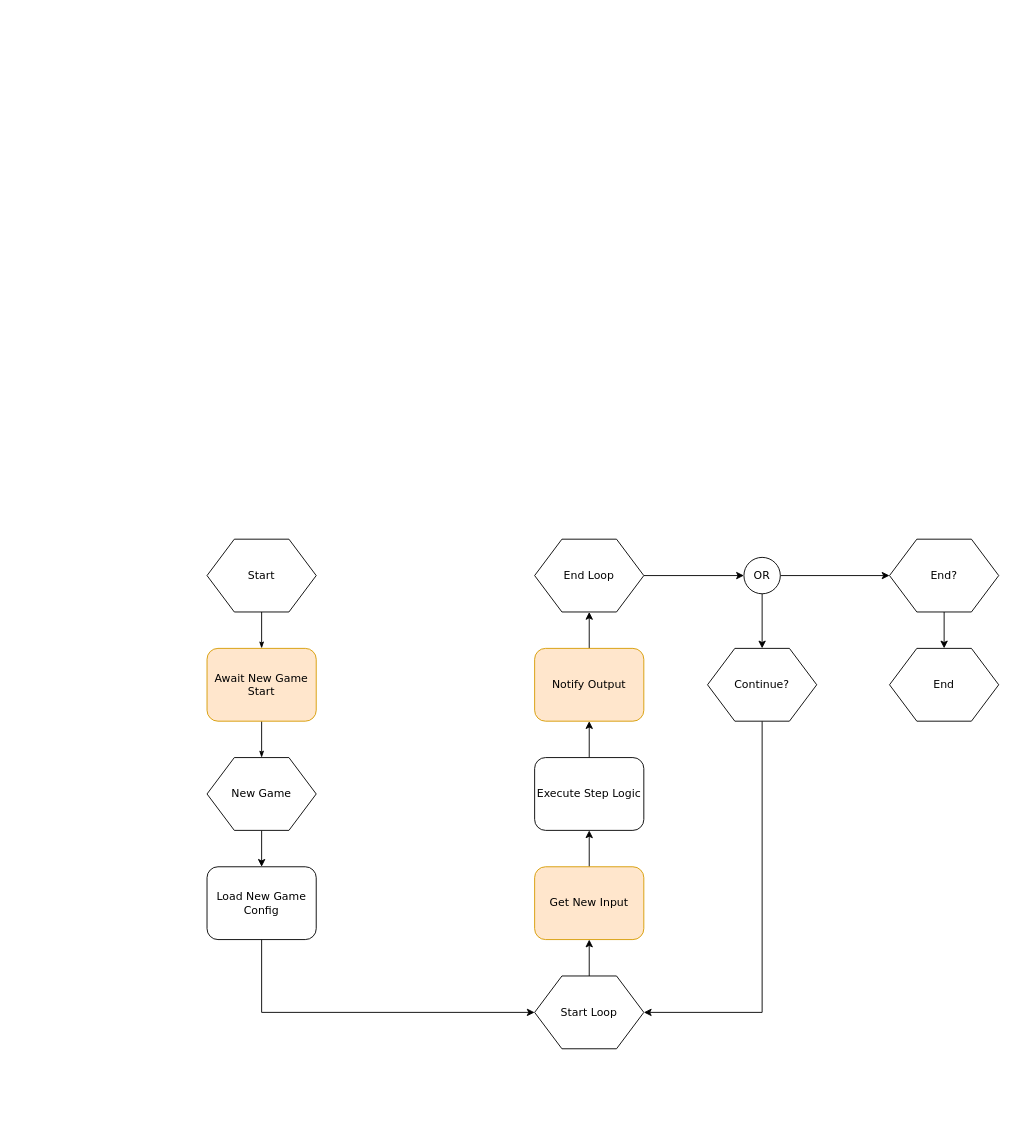
Above: Loops Runner Flow.drawio in urbanantics/loops-runner (draw.io), before the change. Source tidied: cells renumbered, new cells numbered last; positions are measured from the earlier drawing's top-left corner, leaving out a move shared by most shapes. Both pictures are drawn from the tidied source at 91%, with x=0, y=0 at pixel (207, 539). Pictures stored in the file or linked from it are replaced by grey dashed boxes.
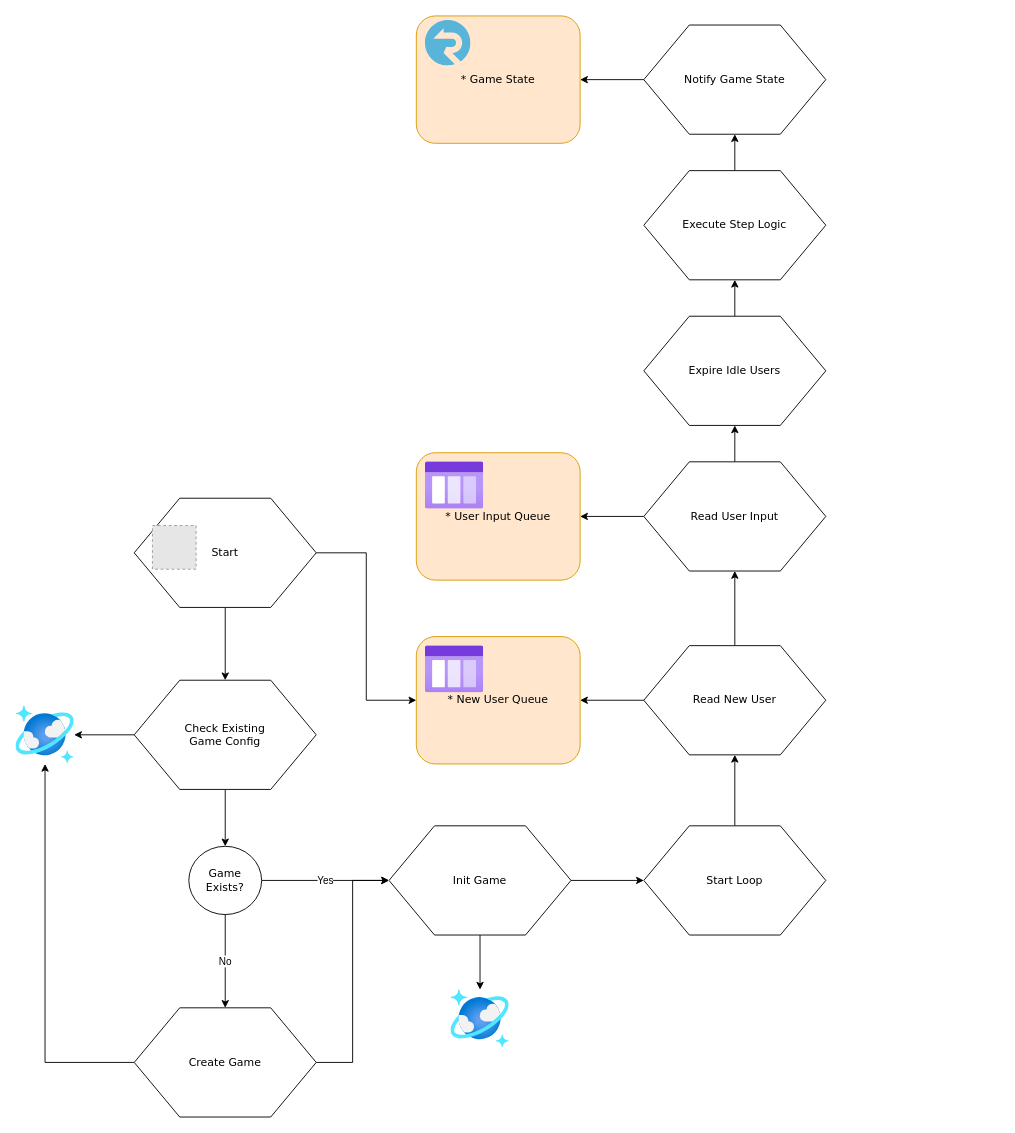
The same diagram, later.

Diff of the diagram source:
```diff
@@
-    <mxCell id="2" style="edgeStyle=orthogonalEdgeStyle;rounded=1;html=1;labelBackgroundColor=none;startArrow=none;startFill=0;startSize=5;endArrow=classicThin;endFill=1;endSize=5;jettySize=auto;strokeWidth=1;fontFamily=Verdana;fontSize=8;" parent="1" edge="1" source="3" target="5">
-      <mxGeometry relative="1" as="geometry" />
-    </mxCell>
+    <mxCell id="28" style="edgeStyle=orthogonalEdgeStyle;rounded=0;jettySize=auto;html=1;" parent="1" edge="1" source="3" target="7">
+      <mxGeometry relative="1" as="geometry" />
+    </mxCell>
+    <mxCell id="29" style="edgeStyle=orthogonalEdgeStyle;rounded=0;jettySize=auto;html=1;entryX=0;entryY=0.5;entryDx=0;entryDy=0;" parent="1" edge="1" source="3" target="54">
+      <mxGeometry relative="1" as="geometry" />
+    </mxCell>
     <mxCell id="3" value="Start" style="shape=hexagon;perimeter=hexagonPerimeter;whiteSpace=wrap;html=1;rounded=0;shadow=0;labelBackgroundColor=none;strokeWidth=1;fontFamily=Verdana;fontSize=12;align=center;" parent="1" vertex="1">
-      <mxGeometry width="120" height="80" as="geometry" />
+      <mxGeometry x="-80" y="-45" width="200" height="120" as="geometry" />
     </mxCell>
-    <mxCell id="4" style="edgeStyle=orthogonalEdgeStyle;rounded=1;html=1;labelBackgroundColor=none;startArrow=none;startFill=0;startSize=5;endArrow=classicThin;endFill=1;endSize=5;jettySize=auto;strokeWidth=1;fontFamily=Verdana;fontSize=8;entryX=0.5;entryY=0;entryDx=0;entryDy=0;" parent="1" edge="1" source="5" target="7">
-      <mxGeometry relative="1" as="geometry" />
-    </mxCell>
-    <mxCell id="5" value="Await New Game Start" style="rounded=1;whiteSpace=wrap;html=1;shadow=0;labelBackgroundColor=none;strokeWidth=1;fontFamily=Verdana;fontSize=12;align=center;fillColor=#ffe6cc;strokeColor=#d79b00;" parent="1" vertex="1">
-      <mxGeometry y="120" width="120" height="80" as="geometry" />
-    </mxCell>
-    <mxCell id="6" style="edgeStyle=orthogonalEdgeStyle;rounded=0;jettySize=auto;html=1;" parent="1" edge="1" source="7" target="12">
-      <mxGeometry relative="1" as="geometry" />
-    </mxCell>
+    <mxCell id="30" style="edgeStyle=orthogonalEdgeStyle;rounded=0;jettySize=auto;html=1;" parent="1" edge="1" source="7" target="36">
+      <mxGeometry relative="1" as="geometry" />
+    </mxCell>
+    <mxCell id="31" style="edgeStyle=orthogonalEdgeStyle;rounded=0;jettySize=auto;html=1;" parent="1" edge="1" source="7" target="33">
+      <mxGeometry relative="1" as="geometry" />
+    </mxCell>
-    <mxCell id="7" value="New Game" style="shape=hexagon;perimeter=hexagonPerimeter;whiteSpace=wrap;html=1;rounded=0;shadow=0;labelBackgroundColor=none;strokeWidth=1;fontFamily=Verdana;fontSize=12;align=center;" parent="1" vertex="1">
-      <mxGeometry y="240" width="120" height="80" as="geometry" />
+    <mxCell id="7" value="Check Existing &lt;br&gt;Game Config" style="shape=hexagon;perimeter=hexagonPerimeter;whiteSpace=wrap;html=1;rounded=0;shadow=0;labelBackgroundColor=none;strokeWidth=1;fontFamily=Verdana;fontSize=12;align=center;" parent="1" vertex="1">
+      <mxGeometry x="-80" y="155" width="200" height="120" as="geometry" />
     </mxCell>
-    <mxCell id="8" style="edgeStyle=orthogonalEdgeStyle;rounded=0;jettySize=auto;html=1;" parent="1" edge="1" source="10" target="24">
-      <mxGeometry relative="1" as="geometry" />
-    </mxCell>
-    <mxCell id="9" style="edgeStyle=orthogonalEdgeStyle;rounded=0;jettySize=auto;html=1;" parent="1" edge="1" source="10" target="26">
-      <mxGeometry relative="1" as="geometry" />
-    </mxCell>
-    <mxCell id="10" value="OR" style="ellipse;whiteSpace=wrap;html=1;rounded=1;shadow=0;labelBackgroundColor=none;strokeWidth=1;fontFamily=Verdana;fontSize=12;align=center;" parent="1" vertex="1">
-      <mxGeometry x="590" y="20" width="40" height="40" as="geometry" />
-    </mxCell>
-    <mxCell id="11" style="edgeStyle=orthogonalEdgeStyle;rounded=0;jettySize=auto;html=1;entryX=0;entryY=0.5;entryDx=0;entryDy=0;" parent="1" edge="1" source="12" target="22">
-      <mxGeometry relative="1" as="geometry">
-        <Array as="points">
-          <mxPoint x="60" y="520" />
-        </Array>
-      </mxGeometry>
-    </mxCell>
-    <mxCell id="12" value="Load New Game Config" style="rounded=1;whiteSpace=wrap;html=1;shadow=0;labelBackgroundColor=none;strokeWidth=1;fontFamily=Verdana;fontSize=12;align=center;" parent="1" vertex="1">
-      <mxGeometry y="360" width="120" height="80" as="geometry" />
-    </mxCell>
-    <mxCell id="13" style="edgeStyle=orthogonalEdgeStyle;rounded=0;jettySize=auto;html=1;" parent="1" edge="1" source="14" target="10">
-      <mxGeometry relative="1" as="geometry" />
-    </mxCell>
-    <mxCell id="14" value="End Loop" style="shape=hexagon;perimeter=hexagonPerimeter;whiteSpace=wrap;html=1;rounded=0;shadow=0;labelBackgroundColor=none;strokeWidth=1;fontFamily=Verdana;fontSize=12;align=center;" parent="1" vertex="1">
-      <mxGeometry x="360" width="120" height="80" as="geometry" />
-    </mxCell>
-    <mxCell id="15" style="edgeStyle=orthogonalEdgeStyle;rounded=0;jettySize=auto;html=1;" parent="1" edge="1" source="16" target="18">
-      <mxGeometry relative="1" as="geometry" />
-    </mxCell>
-    <mxCell id="16" value="Get New Input" style="rounded=1;whiteSpace=wrap;html=1;shadow=0;labelBackgroundColor=none;strokeWidth=1;fontFamily=Verdana;fontSize=12;align=center;fillColor=#ffe6cc;strokeColor=#d79b00;" parent="1" vertex="1">
-      <mxGeometry x="360" y="360" width="120" height="80" as="geometry" />
-    </mxCell>
-    <mxCell id="17" style="edgeStyle=orthogonalEdgeStyle;rounded=0;jettySize=auto;html=1;" parent="1" edge="1" source="18" target="20">
-      <mxGeometry relative="1" as="geometry" />
-    </mxCell>
+    <mxCell id="32" style="fillColor=#E6E6E6;strokeColor=#999999;dashed=1;verticalLabelPosition=bottom;labelBackgroundColor=#ffffff;verticalAlign=top;" parent="1" vertex="1">
+      <mxGeometry x="-60" y="-15" width="48" height="48" as="geometry" />
+    </mxCell>
+    <mxCell id="33" style="html=1;points=[];align=center;image;fontSize=12;image=img/lib/azure2/databases/Azure_Cosmos_DB.svg;" parent="1" vertex="1">
+      <mxGeometry x="-210" y="183" width="64" height="64" as="geometry" />
+    </mxCell>
+    <mxCell id="34" value="No" style="edgeStyle=orthogonalEdgeStyle;rounded=0;jettySize=auto;html=1;" parent="1" edge="1" source="36" target="39">
+      <mxGeometry relative="1" as="geometry" />
+    </mxCell>
+    <mxCell id="35" value="Yes" style="edgeStyle=orthogonalEdgeStyle;rounded=0;jettySize=auto;html=1;" parent="1" edge="1" source="36" target="42">
+      <mxGeometry relative="1" as="geometry" />
+    </mxCell>
+    <mxCell id="36" value="Game Exists?" style="ellipse;whiteSpace=wrap;html=1;rounded=1;shadow=0;labelBackgroundColor=none;strokeWidth=1;fontFamily=Verdana;fontSize=12;align=center;" parent="1" vertex="1">
+      <mxGeometry x="-20" y="337.5" width="80" height="75" as="geometry" />
+    </mxCell>
+    <mxCell id="37" style="edgeStyle=orthogonalEdgeStyle;rounded=0;jettySize=auto;html=1;" parent="1" edge="1" source="39" target="33">
+      <mxGeometry relative="1" as="geometry" />
+    </mxCell>
+    <mxCell id="38" style="edgeStyle=orthogonalEdgeStyle;rounded=0;jettySize=auto;html=1;entryX=0;entryY=0.5;entryDx=0;entryDy=0;" parent="1" edge="1" source="39" target="42">
+      <mxGeometry relative="1" as="geometry" />
+    </mxCell>
+    <mxCell id="39" value="Create Game" style="shape=hexagon;perimeter=hexagonPerimeter;whiteSpace=wrap;html=1;rounded=0;shadow=0;labelBackgroundColor=none;strokeWidth=1;fontFamily=Verdana;fontSize=12;align=center;" parent="1" vertex="1">
+      <mxGeometry x="-80" y="515" width="200" height="120" as="geometry" />
+    </mxCell>
+    <mxCell id="40" style="edgeStyle=orthogonalEdgeStyle;rounded=0;jettySize=auto;html=1;" parent="1" edge="1" source="42" target="22">
+      <mxGeometry relative="1" as="geometry" />
+    </mxCell>
+    <mxCell id="41" style="edgeStyle=orthogonalEdgeStyle;rounded=0;jettySize=auto;html=1;" parent="1" edge="1" source="42" target="44">
+      <mxGeometry relative="1" as="geometry" />
+    </mxCell>
+    <mxCell id="42" value="Init Game" style="shape=hexagon;perimeter=hexagonPerimeter;whiteSpace=wrap;html=1;rounded=0;shadow=0;labelBackgroundColor=none;strokeWidth=1;fontFamily=Verdana;fontSize=12;align=center;" parent="1" vertex="1">
+      <mxGeometry x="200" y="315" width="200" height="120" as="geometry" />
+    </mxCell>
+    <mxCell id="43" style="edgeStyle=orthogonalEdgeStyle;rounded=0;jettySize=auto;html=1;" parent="1" edge="1" source="22" target="53">
+      <mxGeometry relative="1" as="geometry" />
+    </mxCell>
+    <mxCell id="22" value="Start Loop" style="shape=hexagon;perimeter=hexagonPerimeter;whiteSpace=wrap;html=1;rounded=0;shadow=0;labelBackgroundColor=none;strokeWidth=1;fontFamily=Verdana;fontSize=12;align=center;" parent="1" vertex="1">
+      <mxGeometry x="480" y="315" width="200" height="120" as="geometry" />
+    </mxCell>
+    <mxCell id="44" style="html=1;points=[];align=center;image;fontSize=12;image=img/lib/azure2/databases/Azure_Cosmos_DB.svg;" parent="1" vertex="1">
+      <mxGeometry x="268" y="495" width="64" height="64" as="geometry" />
+    </mxCell>
+    <mxCell id="45" style="edgeStyle=orthogonalEdgeStyle;rounded=0;jettySize=auto;html=1;entryX=1;entryY=0.5;entryDx=0;entryDy=0;" parent="1" edge="1" source="47" target="48">
+      <mxGeometry relative="1" as="geometry" />
+    </mxCell>
+    <mxCell id="46" style="edgeStyle=orthogonalEdgeStyle;rounded=0;jettySize=auto;html=1;" parent="1" edge="1" source="47" target="57">
+      <mxGeometry relative="1" as="geometry" />
+    </mxCell>
+    <mxCell id="47" value="Read User Input" style="shape=hexagon;perimeter=hexagonPerimeter;whiteSpace=wrap;html=1;rounded=0;shadow=0;labelBackgroundColor=none;strokeWidth=1;fontFamily=Verdana;fontSize=12;align=center;" parent="1" vertex="1">
+      <mxGeometry x="480" y="-85" width="200" height="120" as="geometry" />
+    </mxCell>
+    <mxCell id="48" value="* User Input Queue" style="rounded=1;whiteSpace=wrap;html=1;shadow=0;labelBackgroundColor=none;strokeWidth=1;fontFamily=Verdana;fontSize=12;align=center;fillColor=#ffe6cc;strokeColor=#d79b00;" parent="1" vertex="1">
+      <mxGeometry x="230" y="-95" width="180" height="140" as="geometry" />
+    </mxCell>
+    <mxCell id="49" style="html=1;align=center;image;fontSize=12;image=img/lib/azure2/general/Storage_Queue.svg;" parent="1" vertex="1">
+      <mxGeometry x="240" y="-85" width="64" height="52" as="geometry" />
+    </mxCell>
+    <mxCell id="50" style="edgeStyle=orthogonalEdgeStyle;rounded=0;jettySize=auto;html=1;" parent="1" edge="1" source="18" target="59">
+      <mxGeometry relative="1" as="geometry" />
+    </mxCell>
-    <mxCell id="18" value="Execute Step Logic" style="rounded=1;whiteSpace=wrap;html=1;shadow=0;labelBackgroundColor=none;strokeWidth=1;fontFamily=Verdana;fontSize=12;align=center;" parent="1" vertex="1">
-      <mxGeometry x="360" y="240" width="120" height="80" as="geometry" />
+    <mxCell id="18" value="Execute Step Logic" style="shape=hexagon;perimeter=hexagonPerimeter;whiteSpace=wrap;html=1;rounded=0;shadow=0;labelBackgroundColor=none;strokeWidth=1;fontFamily=Verdana;fontSize=12;align=center;" parent="1" vertex="1">
+      <mxGeometry x="480" y="-405" width="200" height="120" as="geometry" />
     </mxCell>
-    <mxCell id="19" style="edgeStyle=orthogonalEdgeStyle;rounded=0;jettySize=auto;html=1;" parent="1" edge="1" source="20" target="14">
-      <mxGeometry relative="1" as="geometry" />
-    </mxCell>
-    <mxCell id="20" value="Notify Output" style="rounded=1;whiteSpace=wrap;html=1;shadow=0;labelBackgroundColor=none;strokeWidth=1;fontFamily=Verdana;fontSize=12;align=center;fillColor=#ffe6cc;strokeColor=#d79b00;" parent="1" vertex="1">
-      <mxGeometry x="360" y="120" width="120" height="80" as="geometry" />
-    </mxCell>
-    <mxCell id="21" style="edgeStyle=orthogonalEdgeStyle;rounded=0;jettySize=auto;html=1;" parent="1" edge="1" source="22" target="16">
-      <mxGeometry relative="1" as="geometry" />
-    </mxCell>
-    <mxCell id="22" value="Start Loop" style="shape=hexagon;perimeter=hexagonPerimeter;whiteSpace=wrap;html=1;rounded=0;shadow=0;labelBackgroundColor=none;strokeWidth=1;fontFamily=Verdana;fontSize=12;align=center;" parent="1" vertex="1">
-      <mxGeometry x="360" y="480" width="120" height="80" as="geometry" />
-    </mxCell>
-    <mxCell id="23" style="edgeStyle=orthogonalEdgeStyle;rounded=0;jettySize=auto;html=1;" parent="1" edge="1" source="24" target="22">
-      <mxGeometry relative="1" as="geometry">
-        <Array as="points">
-          <mxPoint x="610" y="520" />
-        </Array>
-      </mxGeometry>
-    </mxCell>
-    <mxCell id="24" value="Continue?" style="shape=hexagon;perimeter=hexagonPerimeter;whiteSpace=wrap;html=1;rounded=0;shadow=0;labelBackgroundColor=none;strokeWidth=1;fontFamily=Verdana;fontSize=12;align=center;" parent="1" vertex="1">
-      <mxGeometry x="550" y="120" width="120" height="80" as="geometry" />
-    </mxCell>
-    <mxCell id="25" style="edgeStyle=orthogonalEdgeStyle;rounded=0;jettySize=auto;html=1;" parent="1" edge="1" source="26" target="27">
-      <mxGeometry relative="1" as="geometry" />
-    </mxCell>
-    <mxCell id="26" value="End?" style="shape=hexagon;perimeter=hexagonPerimeter;whiteSpace=wrap;html=1;rounded=0;shadow=0;labelBackgroundColor=none;strokeWidth=1;fontFamily=Verdana;fontSize=12;align=center;" parent="1" vertex="1">
-      <mxGeometry x="750" width="120" height="80" as="geometry" />
-    </mxCell>
-    <mxCell id="27" value="End" style="shape=hexagon;perimeter=hexagonPerimeter;whiteSpace=wrap;html=1;rounded=0;shadow=0;labelBackgroundColor=none;strokeWidth=1;fontFamily=Verdana;fontSize=12;align=center;" parent="1" vertex="1">
-      <mxGeometry x="750" y="120" width="120" height="80" as="geometry" />
-    </mxCell>
+    <mxCell id="51" style="edgeStyle=orthogonalEdgeStyle;rounded=0;jettySize=auto;html=1;" parent="1" edge="1" source="53" target="54">
+      <mxGeometry relative="1" as="geometry" />
+    </mxCell>
+    <mxCell id="52" style="edgeStyle=orthogonalEdgeStyle;rounded=0;jettySize=auto;html=1;" parent="1" edge="1" source="53" target="47">
+      <mxGeometry relative="1" as="geometry" />
+    </mxCell>
+    <mxCell id="53" value="Read New User" style="shape=hexagon;perimeter=hexagonPerimeter;whiteSpace=wrap;html=1;rounded=0;shadow=0;labelBackgroundColor=none;strokeWidth=1;fontFamily=Verdana;fontSize=12;align=center;" parent="1" vertex="1">
+      <mxGeometry x="480" y="117" width="200" height="120" as="geometry" />
+    </mxCell>
+    <mxCell id="54" value="* New User Queue" style="rounded=1;whiteSpace=wrap;html=1;shadow=0;labelBackgroundColor=none;strokeWidth=1;fontFamily=Verdana;fontSize=12;align=center;fillColor=#ffe6cc;strokeColor=#d79b00;" parent="1" vertex="1">
+      <mxGeometry x="230" y="107" width="180" height="140" as="geometry" />
+    </mxCell>
+    <mxCell id="55" style="html=1;align=center;image;fontSize=12;image=img/lib/azure2/general/Storage_Queue.svg;" parent="1" vertex="1">
+      <mxGeometry x="240" y="117" width="64" height="52" as="geometry" />
+    </mxCell>
+    <mxCell id="56" style="edgeStyle=orthogonalEdgeStyle;rounded=0;jettySize=auto;html=1;" parent="1" edge="1" source="57" target="18">
+      <mxGeometry relative="1" as="geometry" />
+    </mxCell>
+    <mxCell id="57" value="Expire Idle Users" style="shape=hexagon;perimeter=hexagonPerimeter;whiteSpace=wrap;html=1;rounded=0;shadow=0;labelBackgroundColor=none;strokeWidth=1;fontFamily=Verdana;fontSize=12;align=center;" parent="1" vertex="1">
+      <mxGeometry x="480" y="-245" width="200" height="120" as="geometry" />
+    </mxCell>
+    <mxCell id="58" style="edgeStyle=orthogonalEdgeStyle;rounded=0;jettySize=auto;html=1;" parent="1" edge="1" source="59" target="60">
+      <mxGeometry relative="1" as="geometry" />
+    </mxCell>
+    <mxCell id="59" value="Notify Game State" style="shape=hexagon;perimeter=hexagonPerimeter;whiteSpace=wrap;html=1;rounded=0;shadow=0;labelBackgroundColor=none;strokeWidth=1;fontFamily=Verdana;fontSize=12;align=center;" parent="1" vertex="1">
+      <mxGeometry x="480" y="-565" width="200" height="120" as="geometry" />
+    </mxCell>
+    <mxCell id="60" value="* Game State" style="rounded=1;whiteSpace=wrap;html=1;shadow=0;labelBackgroundColor=none;strokeWidth=1;fontFamily=Verdana;fontSize=12;align=center;fillColor=#ffe6cc;strokeColor=#d79b00;" parent="1" vertex="1">
+      <mxGeometry x="230" y="-575" width="180" height="140" as="geometry" />
+    </mxCell>
+    <mxCell id="61" style="html=1;align=center;image;fontSize=12;image=img/lib/mscae/SignalR.svg;" parent="1" vertex="1">
+      <mxGeometry x="240" y="-570" width="50" height="50" as="geometry" />
+    </mxCell>
```
